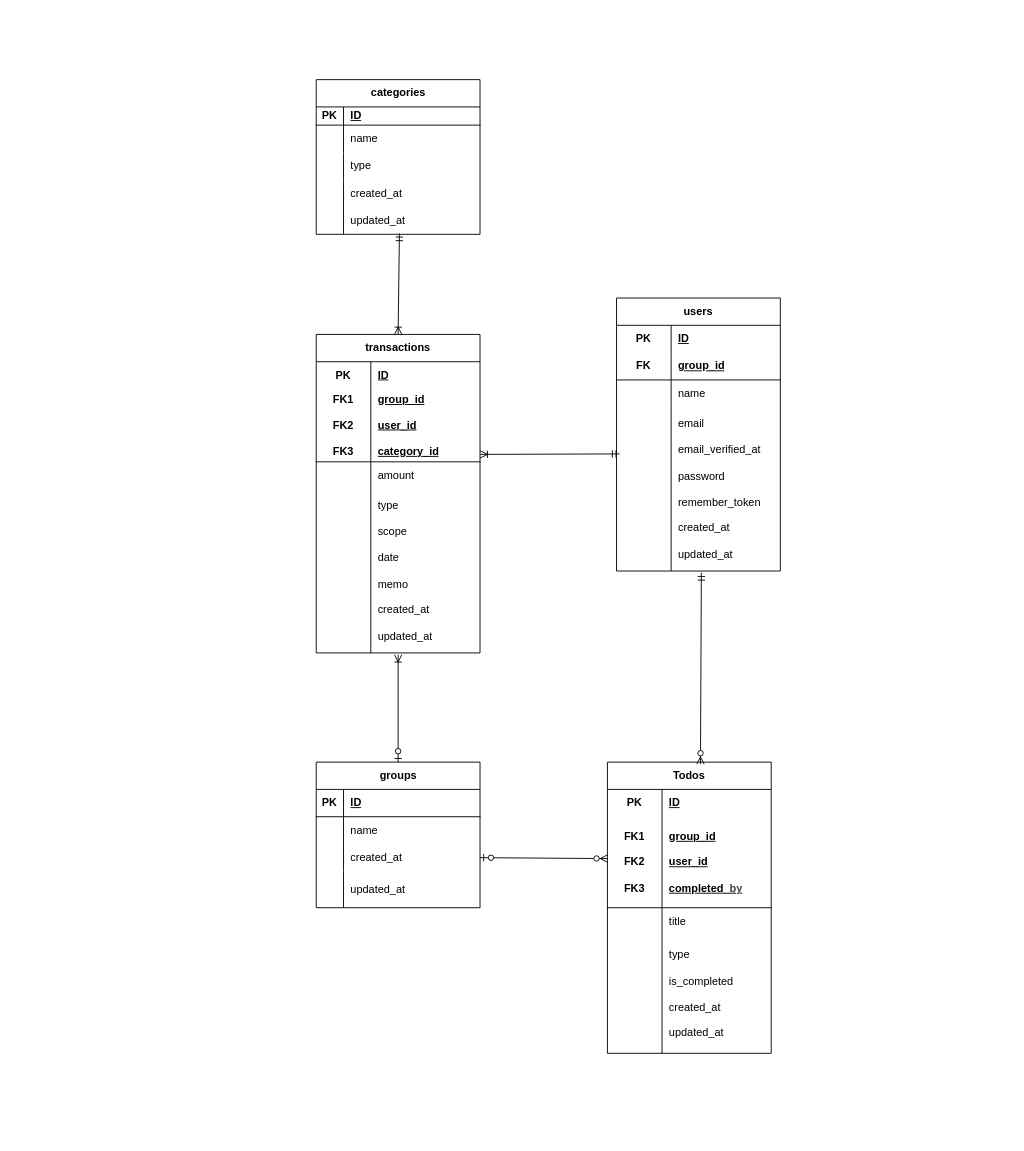
Above: doc/er_diagram.drawio in shiori-nampo/kakeibo-app-shares-backend (draw.io), before the change. Source tidied: cells renumbered, new cells numbered last; positions are measured from the earlier drawing's top-left corner, leaving out a move shared by most shapes. Both pictures are drawn from the tidied source at 91%, with x=0, y=0 at pixel (15, 15).
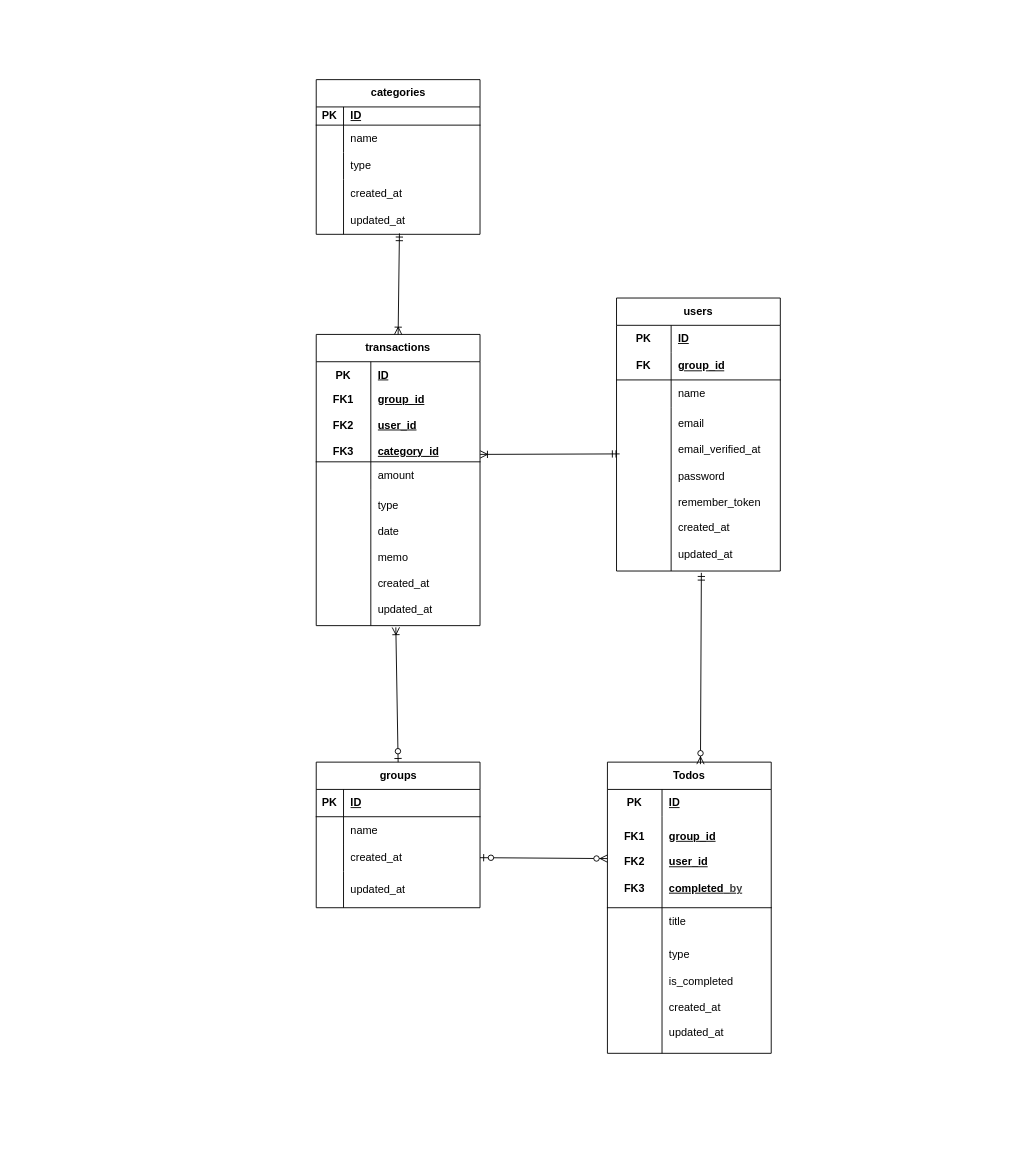
After the change.

The change refers to these unchanged cells:
```xml
<mxCell id="41" value="groups" style="shape=table;startSize=30;childLayout=tableLayout;rowLines=0;fontStyle=1;align=center;html=1;" parent="1" vertex="1">
  <mxGeometry x="330" y="820" width="180" height="160" as="geometry" />
</mxCell>
```

Change to the diagram source:
```diff
@@
     <mxCell id="15" value="transactions" style="shape=table;startSize=30;childLayout=tableLayout;rowLines=0;fontStyle=1;align=center;html=1;whiteSpace=wrap;" parent="1" vertex="1">
-      <mxGeometry x="330" y="350" width="180" height="350" as="geometry" />
+      <mxGeometry x="330" y="350" width="180" height="320" as="geometry" />
     </mxCell>
@@
     <mxCell id="25" style="shape=tableRow;horizontal=0;startSize=0;swimlaneHead=0;swimlaneBody=0;fillColor=none;points=[[0,0.5],[1,0.5]];portConstraint=eastwest;top=0;left=0;right=0;bottom=0;html=1;" parent="15" vertex="1">
-      <mxGeometry y="170" width="180" height="180" as="geometry" />
+      <mxGeometry y="170" width="180" height="150" as="geometry" />
     </mxCell>
     <mxCell id="26" style="shape=partialRectangle;fillColor=none;top=0;left=0;bottom=0;right=0;overflow=hidden;html=1;whiteSpace=wrap;" parent="25" vertex="1">
-      <mxGeometry width="60" height="180" as="geometry" />
+      <mxGeometry width="60" height="150" as="geometry" />
     </mxCell>
-    <mxCell id="27" value="type&lt;div&gt;&lt;br&gt;&lt;/div&gt;&lt;div&gt;scope&lt;/div&gt;&lt;div&gt;&lt;br&gt;&lt;/div&gt;&lt;div&gt;date&lt;/div&gt;&lt;div&gt;&lt;br&gt;&lt;/div&gt;&lt;div&gt;memo&lt;/div&gt;&lt;div&gt;&lt;br&gt;&lt;/div&gt;&lt;div&gt;created_at&lt;/div&gt;&lt;div&gt;&lt;br&gt;&lt;/div&gt;&lt;div&gt;updated_at&lt;/div&gt;" style="shape=partialRectangle;fillColor=none;top=0;left=0;bottom=0;right=0;align=left;spacingLeft=6;overflow=hidden;html=1;whiteSpace=wrap;" parent="25" vertex="1">
-      <mxGeometry x="60" width="120" height="180" as="geometry" />
+    <mxCell id="27" value="type&lt;div&gt;&lt;br&gt;&lt;/div&gt;&lt;div&gt;date&lt;/div&gt;&lt;div&gt;&lt;br&gt;&lt;/div&gt;&lt;div&gt;memo&lt;/div&gt;&lt;div&gt;&lt;br&gt;&lt;/div&gt;&lt;div&gt;created_at&lt;/div&gt;&lt;div&gt;&lt;br&gt;&lt;/div&gt;&lt;div&gt;updated_at&lt;/div&gt;" style="shape=partialRectangle;fillColor=none;top=0;left=0;bottom=0;right=0;align=left;spacingLeft=6;overflow=hidden;html=1;whiteSpace=wrap;" parent="25" vertex="1">
+      <mxGeometry x="60" width="120" height="150" as="geometry" />
     </mxCell>
@@
-    <mxCell id="68" style="fontSize=12;html=1;endArrow=ERoneToMany;startArrow=ERzeroToOne;exitX=0.5;exitY=0;exitDx=0;exitDy=0;" parent="1" edge="1" source="41">
-      <mxGeometry relative="1" as="geometry">
-        <mxPoint x="420" y="702" as="targetPoint" />
-      </mxGeometry>
+    <mxCell id="68" style="fontSize=12;html=1;endArrow=ERoneToMany;startArrow=ERzeroToOne;exitX=0.5;exitY=0;exitDx=0;exitDy=0;entryX=0.486;entryY=1.013;entryDx=0;entryDy=0;entryPerimeter=0;" parent="1" edge="1" source="41" target="25">
+      <mxGeometry relative="1" as="geometry" />
     </mxCell>
```
